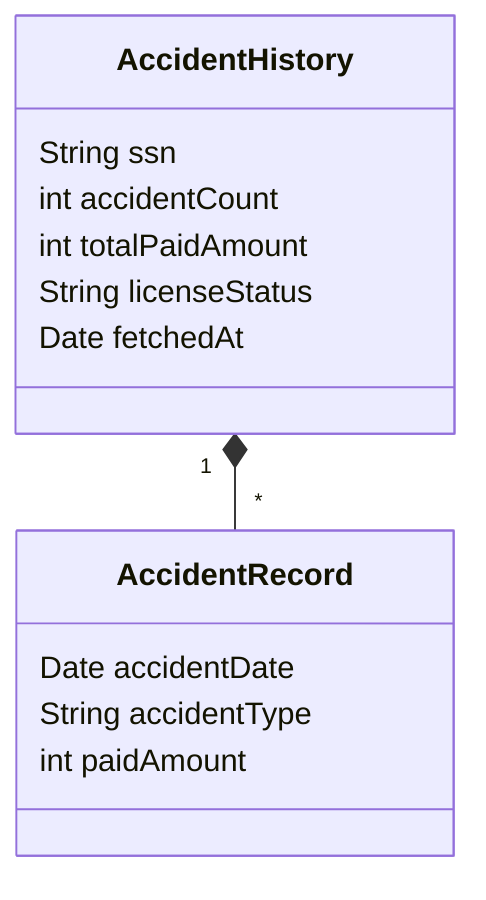
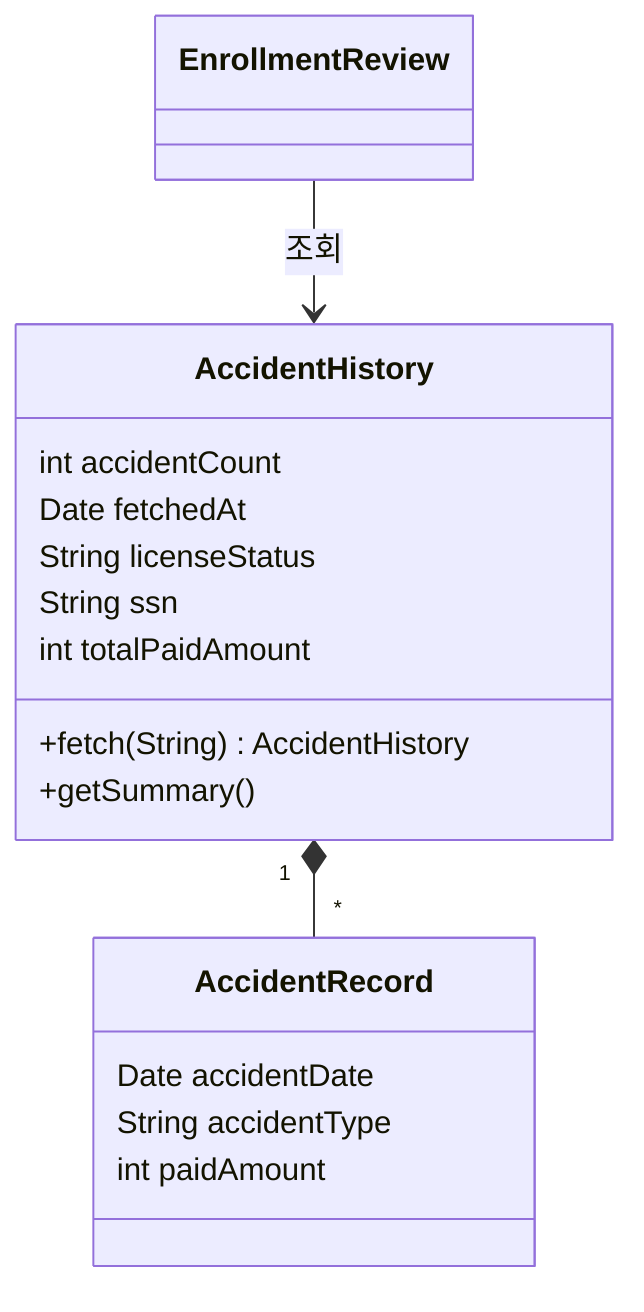
classDiagram
direction TB
+ class EnrollmentReview
class AccidentHistory {
+   int accidentCount
+   Date fetchedAt
+   String licenseStatus
  String ssn
-   int accidentCount
  int totalPaidAmount
-   String licenseStatus
-   Date fetchedAt
+   +fetch(String) AccidentHistory
+   +getSummary()
}
class AccidentRecord {
  Date accidentDate
  String accidentType
  int paidAmount
}
+ EnrollmentReview --> AccidentHistory : 조회
AccidentHistory "1" *-- "*" AccidentRecord
